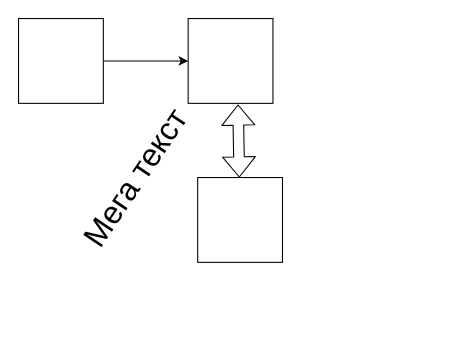
This is copy_draw.drawio from DmitriyBoon/WorkSolutions, a draw.io file, before an edit. Source tidied: cells renumbered, new cells numbered last; positions are measured from the earlier drawing's top-left corner, leaving out a move shared by most shapes. Both pictures are drawn from the tidied source at 106%, with x=0, y=0 at pixel (-24, 18).
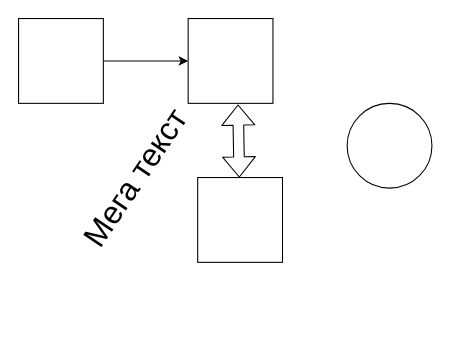
The same diagram, later.

The edit, as a diff of the source:
```diff
@@
 <mxGraphModel>
   <root>
     <mxCell id="0" />
     <mxCell id="1" parent="0" />
     <mxCell id="2" style="edgeStyle=orthogonalEdgeStyle;rounded=0;jettySize=auto;html=1;" parent="1" edge="1" source="3" target="4">
       <mxGeometry relative="1" as="geometry" />
     </mxCell>
     <mxCell id="3" style="whiteSpace=wrap;html=1;" parent="1" vertex="1">
       <mxGeometry x="40" width="80" height="80" as="geometry" />
     </mxCell>
     <mxCell id="4" style="whiteSpace=wrap;html=1;" parent="1" vertex="1">
       <mxGeometry x="200" width="80" height="80" as="geometry" />
     </mxCell>
     <mxCell id="5" style="whiteSpace=wrap;html=1;" parent="1" vertex="1">
       <mxGeometry x="209" y="150" width="80" height="80" as="geometry" />
     </mxCell>
     <mxCell id="6" style="shape=flexArrow;endArrow=classic;startArrow=classic;html=1;entryX=0.588;entryY=1.013;entryDx=0;entryDy=0;entryPerimeter=0;" parent="1" edge="1" source="5" target="4">
       <mxGeometry relative="1" as="geometry" />
     </mxCell>
     <mxCell id="7" value="&lt;font style=&quot;font-size: 30px&quot;&gt;Мега текст&lt;/font&gt;" style="text;html=1;strokeColor=none;fillColor=none;align=center;verticalAlign=middle;whiteSpace=wrap;rounded=0;rotation=-56;" parent="1" vertex="1">
       <mxGeometry y="120" width="300" height="60" as="geometry" />
     </mxCell>
+    <mxCell id="8" style="ellipse;whiteSpace=wrap;html=1;" parent="1" vertex="1">
+      <mxGeometry x="350" y="80" width="80" height="80" as="geometry" />
+    </mxCell>
   </root>
 </mxGraphModel>
```
